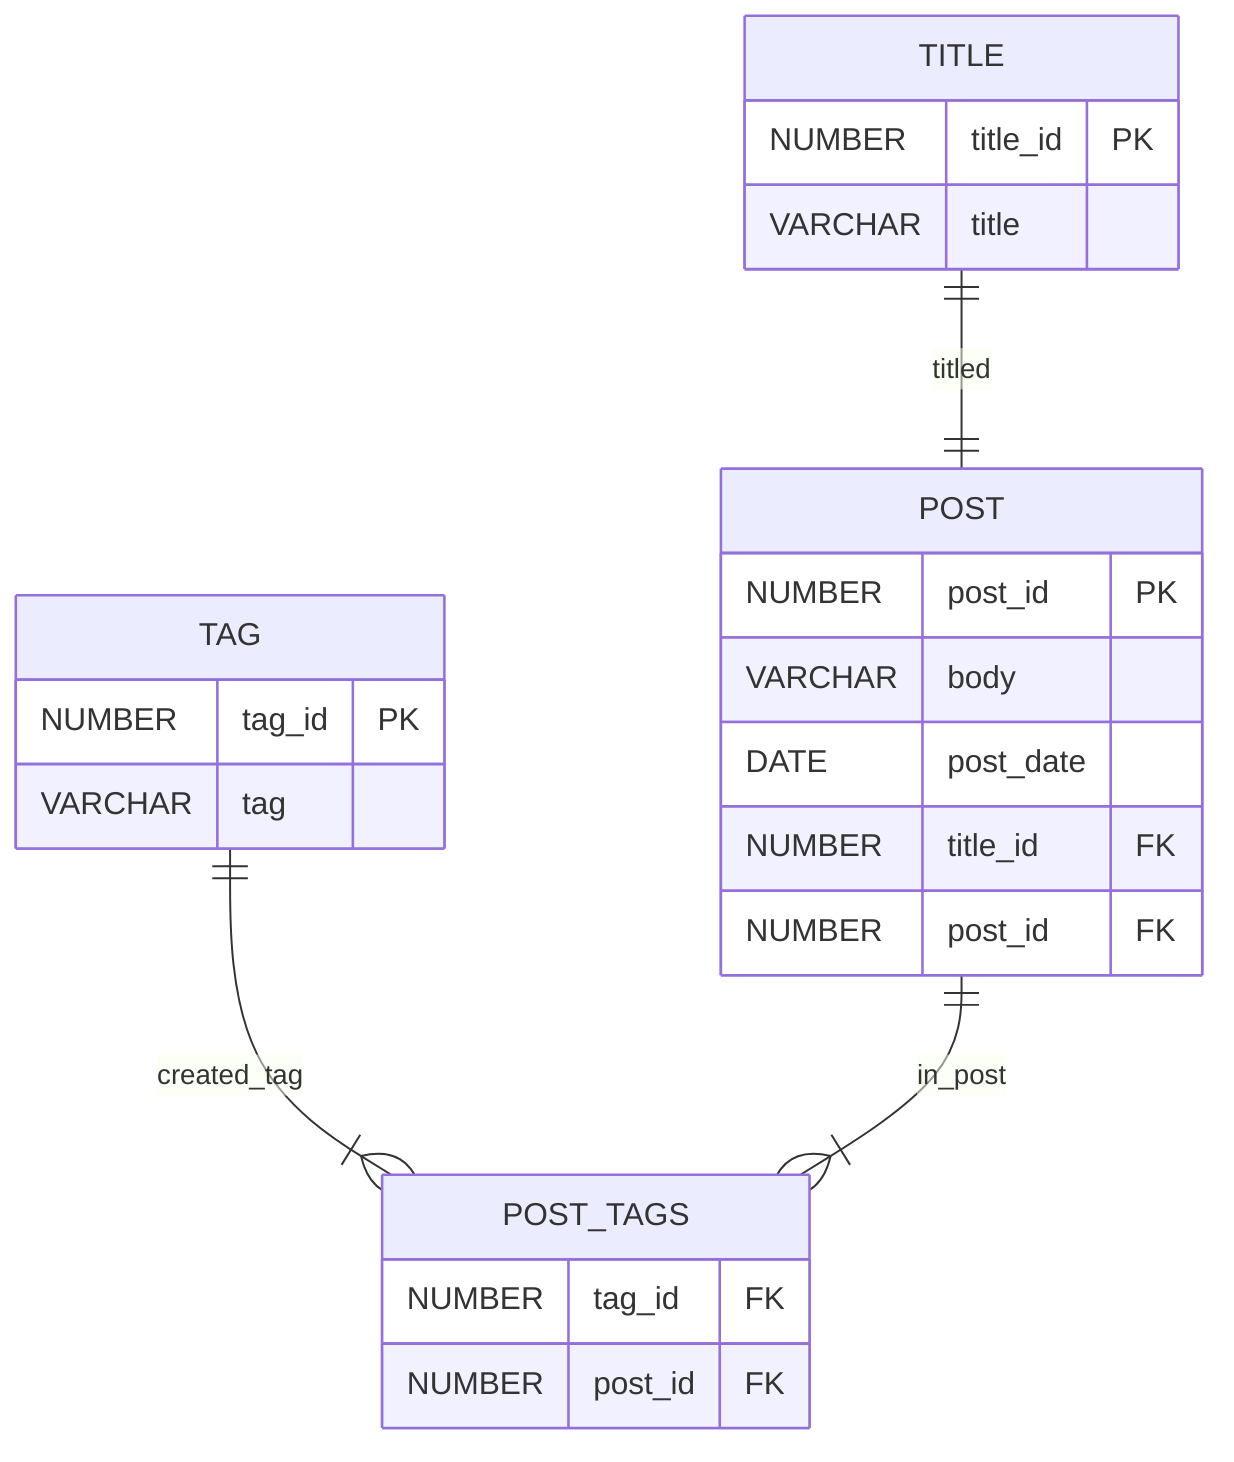
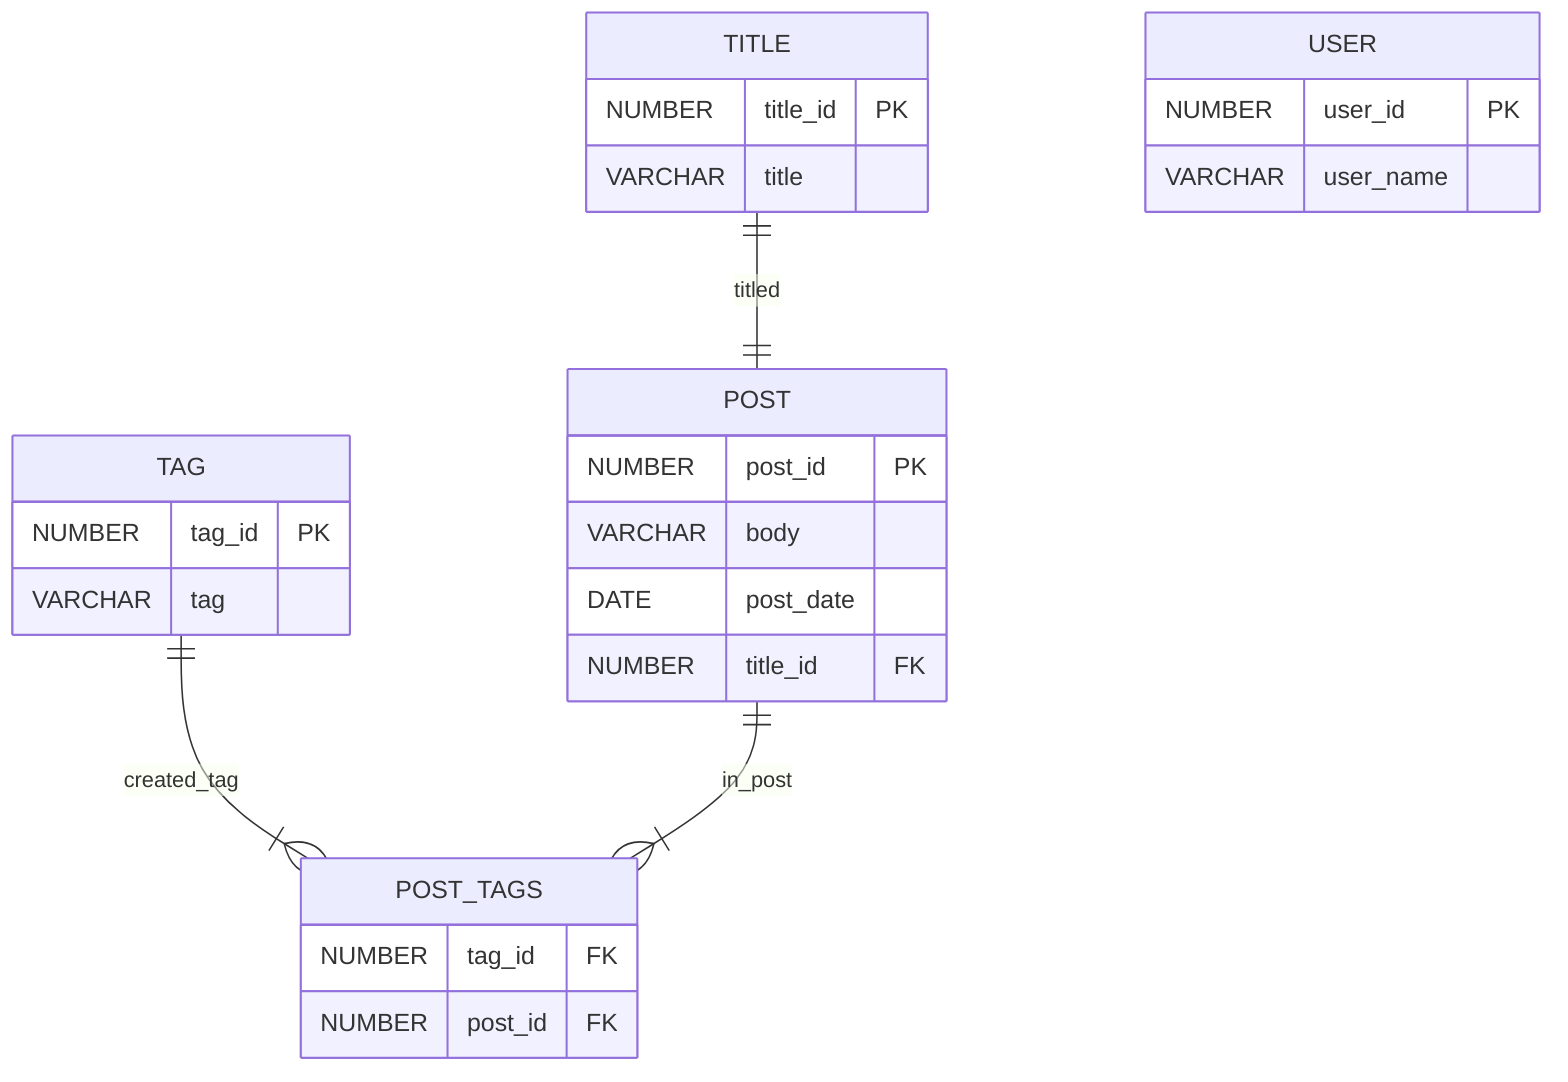
erDiagram

    %% ==== Tables ==== %%

    %% main tables
    TITLE {
        NUMBER title_id PK
        VARCHAR title
    }

    TAG {
        NUMBER tag_id PK
        VARCHAR tag
    }

    POST {
        NUMBER post_id PK
        VARCHAR body
        DATE post_date
        NUMBER title_id FK
-         NUMBER post_id FK
+     }
+ 
+     USER {
+         NUMBER user_id PK
+         VARCHAR user_name
    }

    %% bridge tables
    POST_TAGS {
        NUMBER tag_id FK
        NUMBER post_id FK
    }

    %% ==== Relationships ==== %%

    TITLE ||--|| POST : titled

    TAG ||--|{ POST_TAGS : created_tag

    POST ||--|{ POST_TAGS : in_post


